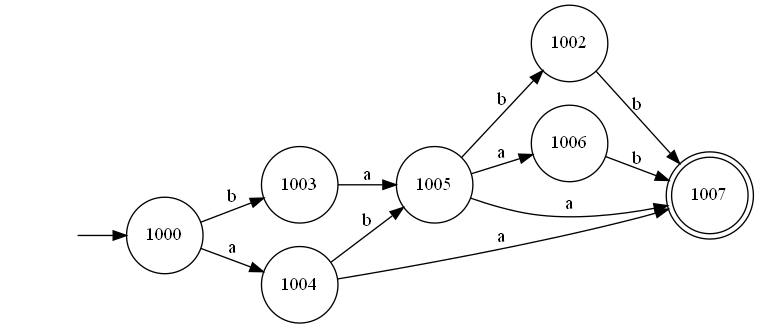
Above: Week5/ListenerNFA/abc.png in deeagirl1/automata-assignments (Graphviz), before the change. Its source is kept beside it as Week5/ListenerNFA/abc.dot.
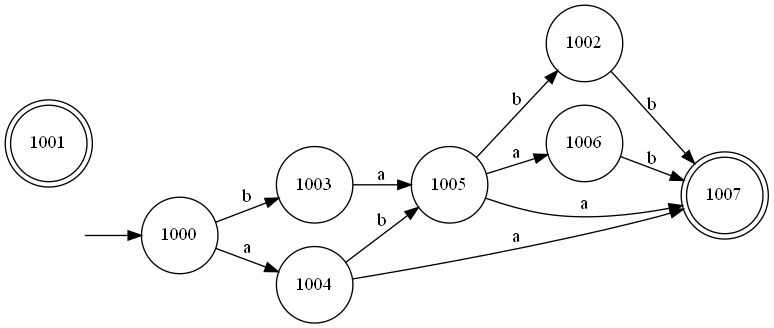
Later version of the same file.

Diff of the diagram source:
```diff
@@ -3,6 +3,7 @@
  rankdir=LR;
  "" [shape=none]
 "1000" [shape=circle]
+"1001" [shape=doublecircle]
 "1002" [shape=circle]
 "1003" [shape=circle]
 "1004" [shape=circle]
```
